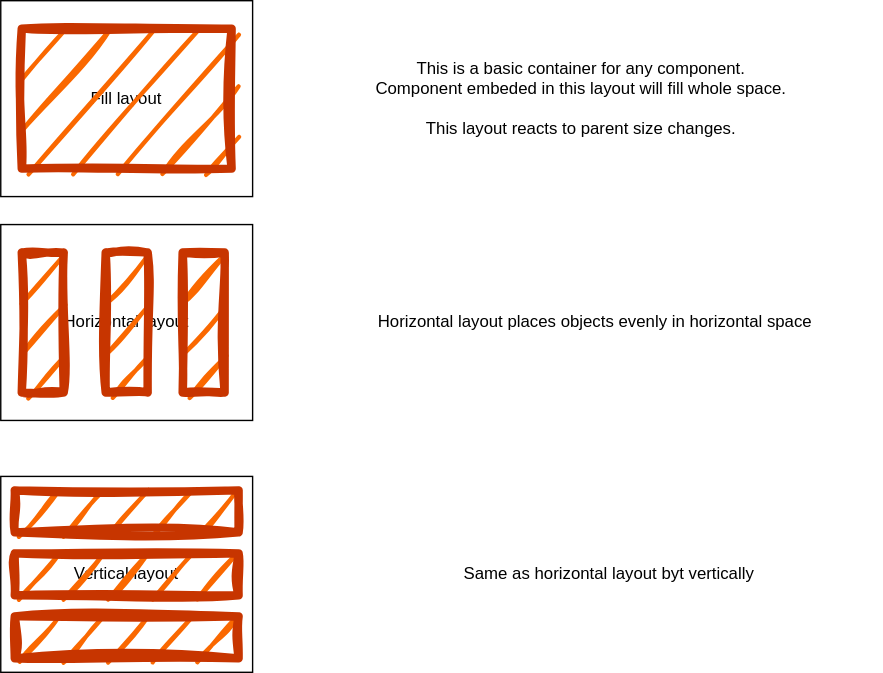
Before: docs/gui/Layout.drawio.svg, a diagram exported from draw.io (radx64/battle_tanks). Source tidied: cells renumbered, new cells last; positions are measured from the earlier drawing's top-left corner, leaving out a move shared by most shapes.
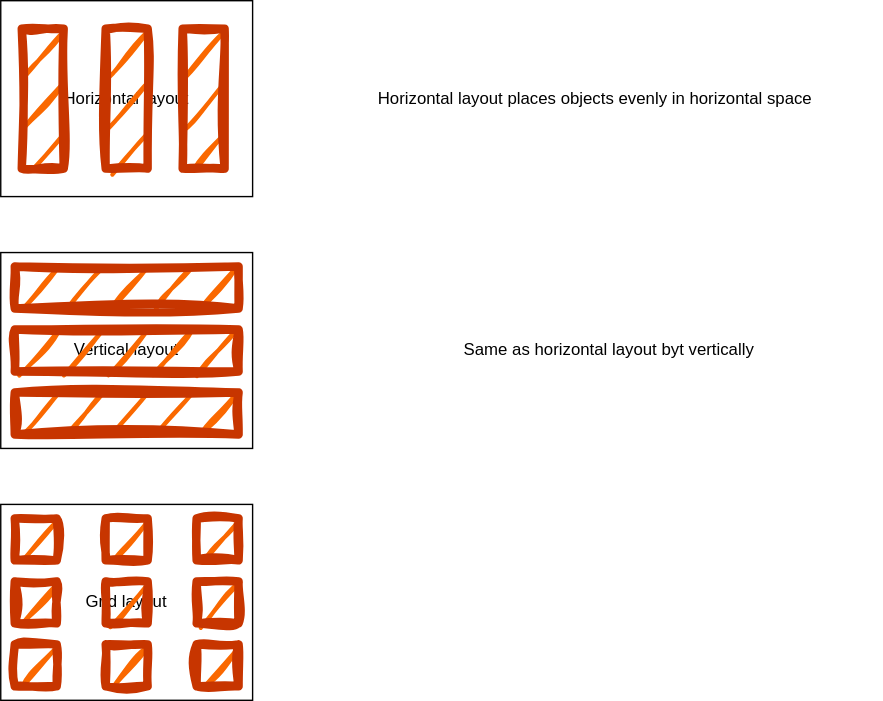
The same file after the commit.

What changed in the source:
```diff
@@ -2,18 +2,9 @@
   <root>
     <mxCell id="0" />
     <mxCell id="1" parent="0" />
-    <mxCell id="2" value="Fill layout" style="rounded=0;whiteSpace=wrap;html=1;" parent="1" vertex="1">
-      <mxGeometry width="180" height="140" as="geometry" />
-    </mxCell>
-    <mxCell id="3" value="This is a basic container for any component.&lt;br&gt;Component embeded in this layout will fill whole space.&lt;br&gt;&lt;br&gt;This layout reacts to parent size changes." style="text;html=1;strokeColor=none;fillColor=none;align=center;verticalAlign=middle;whiteSpace=wrap;rounded=0;" parent="1" vertex="1">
-      <mxGeometry x="220" y="10" width="390" height="120" as="geometry" />
-    </mxCell>
     <mxCell id="4" value="Horizontal layout" style="rounded=0;whiteSpace=wrap;html=1;" parent="1" vertex="1">
       <mxGeometry y="160" width="180" height="140" as="geometry" />
     </mxCell>
-    <mxCell id="5" style="rounded=0;whiteSpace=wrap;html=1;comic=0;fillColor=#fa6800;fontColor=#000000;strokeColor=#C73500;glass=0;shadow=0;strokeWidth=6;sketch=1;curveFitting=1;jiggle=2;" parent="1" vertex="1">
-      <mxGeometry x="15" y="20" width="150" height="100" as="geometry" />
-    </mxCell>
     <mxCell id="6" style="rounded=0;whiteSpace=wrap;html=1;comic=0;fillColor=#fa6800;fontColor=#000000;strokeColor=#C73500;glass=0;shadow=0;strokeWidth=6;sketch=1;curveFitting=1;jiggle=2;" parent="1" vertex="1">
       <mxGeometry x="15" y="180" width="30" height="100" as="geometry" />
     </mxCell>
@@ -41,5 +32,35 @@
     <mxCell id="14" value="Same as horizontal layout byt vertically" style="text;html=1;strokeColor=none;fillColor=none;align=center;verticalAlign=middle;whiteSpace=wrap;rounded=0;" parent="1" vertex="1">
       <mxGeometry x="240" y="350" width="390" height="120" as="geometry" />
     </mxCell>
+    <mxCell id="15" value="Grid layout" style="rounded=0;whiteSpace=wrap;html=1;" parent="1" vertex="1">
+      <mxGeometry y="520" width="180" height="140" as="geometry" />
+    </mxCell>
+    <mxCell id="16" style="rounded=0;whiteSpace=wrap;html=1;comic=0;fillColor=#fa6800;fontColor=#000000;strokeColor=#C73500;glass=0;shadow=0;strokeWidth=6;sketch=1;curveFitting=1;jiggle=2;" parent="1" vertex="1">
+      <mxGeometry x="10" y="575" width="30" height="30" as="geometry" />
+    </mxCell>
+    <mxCell id="17" style="rounded=0;whiteSpace=wrap;html=1;comic=0;fillColor=#fa6800;fontColor=#000000;strokeColor=#C73500;glass=0;shadow=0;strokeWidth=6;sketch=1;curveFitting=1;jiggle=2;" parent="1" vertex="1">
+      <mxGeometry x="10" y="530" width="30" height="30" as="geometry" />
+    </mxCell>
+    <mxCell id="18" style="rounded=0;whiteSpace=wrap;html=1;comic=0;fillColor=#fa6800;fontColor=#000000;strokeColor=#C73500;glass=0;shadow=0;strokeWidth=6;sketch=1;curveFitting=1;jiggle=2;" parent="1" vertex="1">
+      <mxGeometry x="10" y="620" width="30" height="30" as="geometry" />
+    </mxCell>
+    <mxCell id="19" style="rounded=0;whiteSpace=wrap;html=1;comic=0;fillColor=#fa6800;fontColor=#000000;strokeColor=#C73500;glass=0;shadow=0;strokeWidth=6;sketch=1;curveFitting=1;jiggle=2;" parent="1" vertex="1">
+      <mxGeometry x="75" y="575" width="30" height="30" as="geometry" />
+    </mxCell>
+    <mxCell id="20" style="rounded=0;whiteSpace=wrap;html=1;comic=0;fillColor=#fa6800;fontColor=#000000;strokeColor=#C73500;glass=0;shadow=0;strokeWidth=6;sketch=1;curveFitting=1;jiggle=2;" parent="1" vertex="1">
+      <mxGeometry x="75" y="530" width="30" height="30" as="geometry" />
+    </mxCell>
+    <mxCell id="21" style="rounded=0;whiteSpace=wrap;html=1;comic=0;fillColor=#fa6800;fontColor=#000000;strokeColor=#C73500;glass=0;shadow=0;strokeWidth=6;sketch=1;curveFitting=1;jiggle=2;" parent="1" vertex="1">
+      <mxGeometry x="75" y="620" width="30" height="30" as="geometry" />
+    </mxCell>
+    <mxCell id="22" style="rounded=0;whiteSpace=wrap;html=1;comic=0;fillColor=#fa6800;fontColor=#000000;strokeColor=#C73500;glass=0;shadow=0;strokeWidth=6;sketch=1;curveFitting=1;jiggle=2;" parent="1" vertex="1">
+      <mxGeometry x="140" y="575" width="30" height="30" as="geometry" />
+    </mxCell>
+    <mxCell id="23" style="rounded=0;whiteSpace=wrap;html=1;comic=0;fillColor=#fa6800;fontColor=#000000;strokeColor=#C73500;glass=0;shadow=0;strokeWidth=6;sketch=1;curveFitting=1;jiggle=2;" parent="1" vertex="1">
+      <mxGeometry x="140" y="530" width="30" height="30" as="geometry" />
+    </mxCell>
+    <mxCell id="24" style="rounded=0;whiteSpace=wrap;html=1;comic=0;fillColor=#fa6800;fontColor=#000000;strokeColor=#C73500;glass=0;shadow=0;strokeWidth=6;sketch=1;curveFitting=1;jiggle=2;" parent="1" vertex="1">
+      <mxGeometry x="140" y="620" width="30" height="30" as="geometry" />
+    </mxCell>
   </root>
 </mxGraphModel>
```
